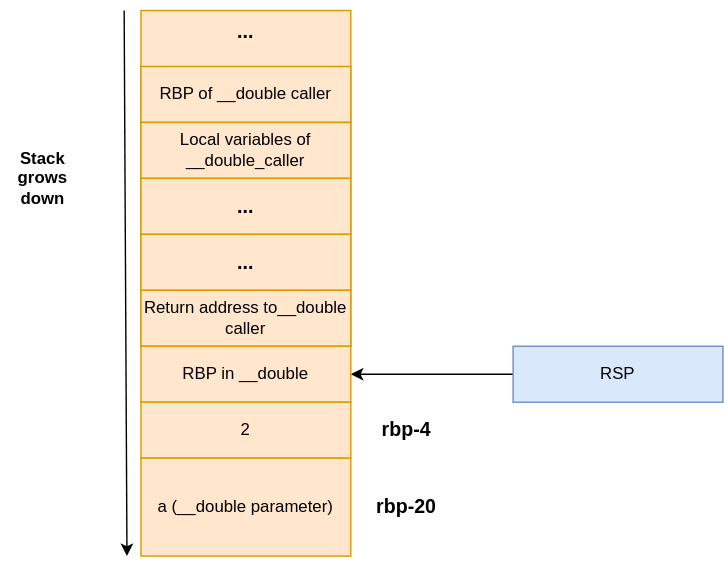
0xAX/asm keeps this draw.io diagram as content/assets/asm-3-stack-of__double-2.svg. Above is the earlier version. Source tidied: cells renumbered, new cells last; positions are measured from the earlier drawing's top-left corner, leaving out a move shared by most shapes. Its diagram source:
```xml
<mxGraphModel>
  <root>
    <mxCell id="0" />
    <mxCell id="1" parent="0" />
    <mxCell id="2" style="rounded=0;whiteSpace=wrap;html=1;fillColor=#ffe6cc;strokeColor=#d79b00;" parent="1" vertex="1">
      <mxGeometry x="100" width="150" height="240" as="geometry" />
    </mxCell>
    <mxCell id="3" value="RBP of __double caller" style="rounded=0;whiteSpace=wrap;html=1;fillColor=#ffe6cc;strokeColor=#d79b00;" parent="1" vertex="1">
      <mxGeometry x="100" y="40" width="150" height="40" as="geometry" />
    </mxCell>
    <mxCell id="4" value="Local variables of __double_caller" style="rounded=0;whiteSpace=wrap;html=1;fillColor=#ffe6cc;strokeColor=#d79b00;" parent="1" vertex="1">
      <mxGeometry x="100" y="80" width="150" height="40" as="geometry" />
    </mxCell>
    <mxCell id="5" value="&lt;b&gt;&lt;font style=&quot;font-size: 14px;&quot;&gt;...&lt;/font&gt;&lt;/b&gt;" style="rounded=0;whiteSpace=wrap;html=1;fillColor=#ffe6cc;strokeColor=#d79b00;" parent="1" vertex="1">
      <mxGeometry x="100" y="120" width="150" height="40" as="geometry" />
    </mxCell>
    <mxCell id="6" value="&lt;b&gt;&lt;font style=&quot;font-size: 14px;&quot;&gt;...&lt;/font&gt;&lt;/b&gt;" style="rounded=0;whiteSpace=wrap;html=1;fillColor=#ffe6cc;strokeColor=#d79b00;" parent="1" vertex="1">
      <mxGeometry x="100" y="160" width="150" height="40" as="geometry" />
    </mxCell>
    <mxCell id="7" value="Return address to__double caller" style="rounded=0;whiteSpace=wrap;html=1;fillColor=#ffe6cc;strokeColor=#d79b00;" parent="1" vertex="1">
      <mxGeometry x="100" y="200" width="150" height="40" as="geometry" />
    </mxCell>
    <mxCell id="8" style="edgeStyle=orthogonalEdgeStyle;rounded=0;jettySize=auto;html=1;" parent="1" edge="1" source="9" target="13">
      <mxGeometry relative="1" as="geometry" />
    </mxCell>
    <mxCell id="9" value="RSP" style="rounded=0;whiteSpace=wrap;html=1;fillColor=#dae8fc;strokeColor=#6c8ebf;" parent="1" vertex="1">
      <mxGeometry x="366" y="240" width="150" height="40" as="geometry" />
    </mxCell>
    <mxCell id="10" style="endArrow=classic;html=1;rounded=0;" parent="1" edge="1">
      <mxGeometry relative="1" as="geometry">
        <mxPoint x="88" as="sourcePoint" />
        <mxPoint x="90" y="390" as="targetPoint" />
      </mxGeometry>
    </mxCell>
    <mxCell id="11" value="&lt;b&gt;Stack grows down&lt;/b&gt;" style="text;html=1;align=center;verticalAlign=middle;whiteSpace=wrap;rounded=0;" parent="1" vertex="1">
      <mxGeometry y="105" width="60" height="30" as="geometry" />
    </mxCell>
    <mxCell id="12" value="&lt;font style=&quot;font-size: 14px;&quot;&gt;&lt;b&gt;...&lt;/b&gt;&lt;/font&gt;" style="text;html=1;align=center;verticalAlign=middle;whiteSpace=wrap;rounded=0;" parent="1" vertex="1">
      <mxGeometry x="145" width="60" height="30" as="geometry" />
    </mxCell>
    <mxCell id="13" value="RBP in __double" style="rounded=0;whiteSpace=wrap;html=1;fillColor=#ffe6cc;strokeColor=#d79b00;" parent="1" vertex="1">
      <mxGeometry x="100" y="240" width="150" height="40" as="geometry" />
    </mxCell>
    <mxCell id="14" value="2" style="rounded=0;whiteSpace=wrap;html=1;fillColor=#ffe6cc;strokeColor=#d79b00;" parent="1" vertex="1">
      <mxGeometry x="100" y="280" width="150" height="40" as="geometry" />
    </mxCell>
    <mxCell id="15" value="a (__double parameter)" style="rounded=0;whiteSpace=wrap;html=1;fillColor=#ffe6cc;strokeColor=#d79b00;" parent="1" vertex="1">
      <mxGeometry x="100" y="320" width="150" height="70" as="geometry" />
    </mxCell>
    <mxCell id="16" value="&lt;b&gt;&lt;font style=&quot;font-size: 14px;&quot;&gt;rbp-4&lt;/font&gt;&lt;/b&gt;" style="text;html=1;align=center;verticalAlign=middle;whiteSpace=wrap;rounded=0;" parent="1" vertex="1">
      <mxGeometry x="260" y="285" width="60" height="30" as="geometry" />
    </mxCell>
    <mxCell id="17" value="&lt;b&gt;&lt;font style=&quot;font-size: 14px;&quot;&gt;rbp-20&lt;/font&gt;&lt;/b&gt;" style="text;html=1;align=center;verticalAlign=middle;whiteSpace=wrap;rounded=0;" parent="1" vertex="1">
      <mxGeometry x="260" y="340" width="60" height="30" as="geometry" />
    </mxCell>
  </root>
</mxGraphModel>
```
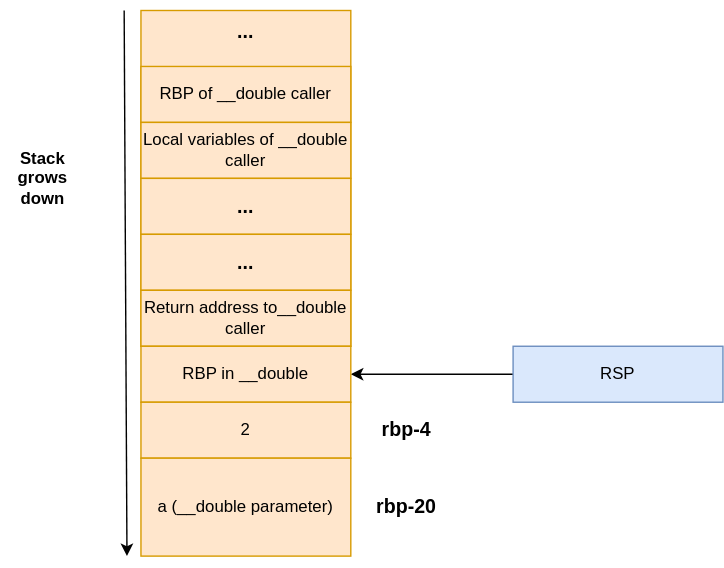
The same diagram one commit later.

Diff of the diagram source:
```diff
@@ -8,7 +8,7 @@
     <mxCell id="3" value="RBP of __double caller" style="rounded=0;whiteSpace=wrap;html=1;fillColor=#ffe6cc;strokeColor=#d79b00;" parent="1" vertex="1">
       <mxGeometry x="100" y="40" width="150" height="40" as="geometry" />
     </mxCell>
-    <mxCell id="4" value="Local variables of __double_caller" style="rounded=0;whiteSpace=wrap;html=1;fillColor=#ffe6cc;strokeColor=#d79b00;" parent="1" vertex="1">
+    <mxCell id="4" value="Local variables of __double caller" style="rounded=0;whiteSpace=wrap;html=1;fillColor=#ffe6cc;strokeColor=#d79b00;" parent="1" vertex="1">
       <mxGeometry x="100" y="80" width="150" height="40" as="geometry" />
     </mxCell>
     <mxCell id="5" value="&lt;b&gt;&lt;font style=&quot;font-size: 14px;&quot;&gt;...&lt;/font&gt;&lt;/b&gt;" style="rounded=0;whiteSpace=wrap;html=1;fillColor=#ffe6cc;strokeColor=#d79b00;" parent="1" vertex="1">
```
